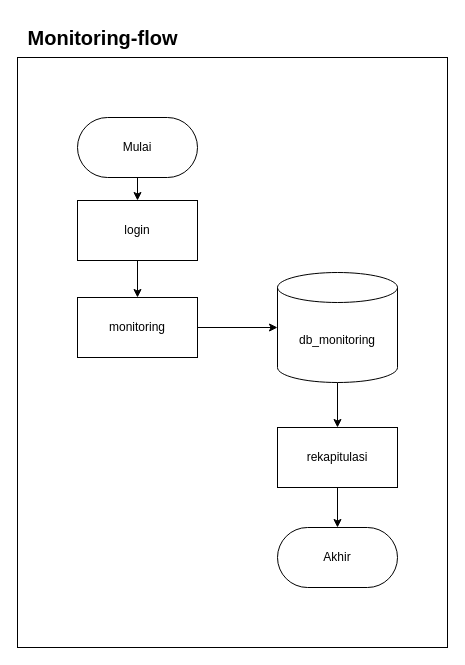
This is page "main-flow" (3 of 5) of flow.drawio from Fakhrezy/sistem-atk-paljaya, a draw.io file, before an edit. Source tidied: cells renumbered, new cells numbered last; positions are measured from the earlier drawing's top-left corner, leaving out a move shared by most shapes. Both pictures are drawn from the tidied source at 100%, with x=0, y=0 at pixel (17, 17).
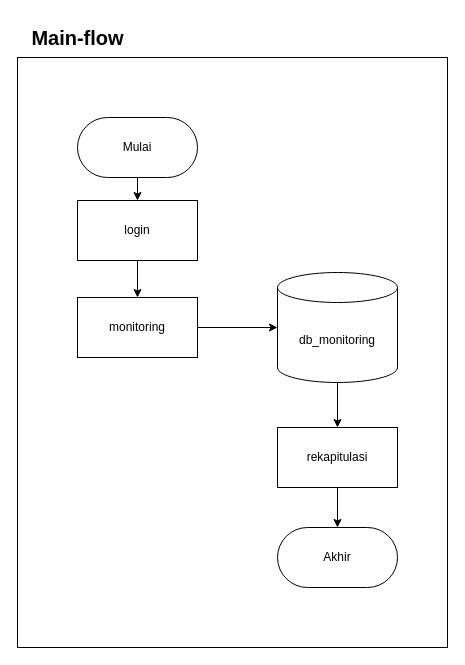
The same page after the edit.

What changed in the source:
```diff
@@
 <mxGraphModel>
   <root>
     <mxCell id="0" />
     <mxCell id="1" parent="0" />
     <mxCell id="2" style="rounded=0;whiteSpace=wrap;html=1;" parent="1" vertex="1">
       <mxGeometry y="40" width="430" height="590" as="geometry" />
     </mxCell>
     <mxCell id="3" style="edgeStyle=none;html=1;exitX=0.5;exitY=1;exitDx=0;exitDy=0;entryX=0.5;entryY=0;entryDx=0;entryDy=0;" parent="1" edge="1" source="4" target="6">
       <mxGeometry relative="1" as="geometry" />
     </mxCell>
     <mxCell id="4" value="Mulai" style="rounded=1;whiteSpace=wrap;html=1;arcSize=50;" parent="1" vertex="1">
       <mxGeometry x="60" y="100" width="120" height="60" as="geometry" />
     </mxCell>
     <mxCell id="5" style="edgeStyle=none;html=1;exitX=0.5;exitY=1;exitDx=0;exitDy=0;entryX=0.5;entryY=0;entryDx=0;entryDy=0;" parent="1" edge="1" source="6" target="7">
       <mxGeometry relative="1" as="geometry" />
     </mxCell>
     <mxCell id="6" value="login" style="rounded=0;whiteSpace=wrap;html=1;" parent="1" vertex="1">
       <mxGeometry x="60" y="183" width="120" height="60" as="geometry" />
     </mxCell>
     <mxCell id="7" value="monitoring" style="rounded=0;whiteSpace=wrap;html=1;" parent="1" vertex="1">
       <mxGeometry x="60" y="280" width="120" height="60" as="geometry" />
     </mxCell>
     <mxCell id="8" style="edgeStyle=none;html=1;exitX=0.5;exitY=1;exitDx=0;exitDy=0;exitPerimeter=0;entryX=0.5;entryY=0;entryDx=0;entryDy=0;" parent="1" edge="1" source="9" target="11">
       <mxGeometry relative="1" as="geometry" />
     </mxCell>
     <mxCell id="9" value="db_monitoring" style="shape=cylinder3;whiteSpace=wrap;html=1;boundedLbl=1;backgroundOutline=1;size=15;" parent="1" vertex="1">
       <mxGeometry x="260" y="255" width="120" height="110" as="geometry" />
     </mxCell>
     <mxCell id="10" style="edgeStyle=none;html=1;exitX=0.5;exitY=1;exitDx=0;exitDy=0;entryX=0.5;entryY=0;entryDx=0;entryDy=0;" parent="1" edge="1" source="11" target="12">
       <mxGeometry relative="1" as="geometry" />
     </mxCell>
     <mxCell id="11" value="rekapitulasi" style="rounded=0;whiteSpace=wrap;html=1;" parent="1" vertex="1">
       <mxGeometry x="260" y="410" width="120" height="60" as="geometry" />
     </mxCell>
     <mxCell id="12" value="Akhir" style="rounded=1;whiteSpace=wrap;html=1;arcSize=50;" parent="1" vertex="1">
       <mxGeometry x="260" y="510" width="120" height="60" as="geometry" />
     </mxCell>
     <mxCell id="13" style="edgeStyle=none;html=1;exitX=1;exitY=0.5;exitDx=0;exitDy=0;entryX=0;entryY=0.5;entryDx=0;entryDy=0;entryPerimeter=0;" parent="1" edge="1" source="7" target="9">
       <mxGeometry relative="1" as="geometry" />
     </mxCell>
-    <mxCell id="14" value="&lt;b&gt;Monitoring-flow&lt;/b&gt;" style="text;html=1;align=center;verticalAlign=middle;strokeColor=none;fillColor=none;fontSize=20;" parent="1" vertex="1">
-      <mxGeometry width="170" height="40" as="geometry" />
+    <mxCell id="14" value="&lt;b&gt;Main-flow&lt;/b&gt;" style="text;html=1;align=center;verticalAlign=middle;strokeColor=none;fillColor=none;fontSize=20;" parent="1" vertex="1">
+      <mxGeometry width="120" height="40" as="geometry" />
     </mxCell>
   </root>
 </mxGraphModel>
```
